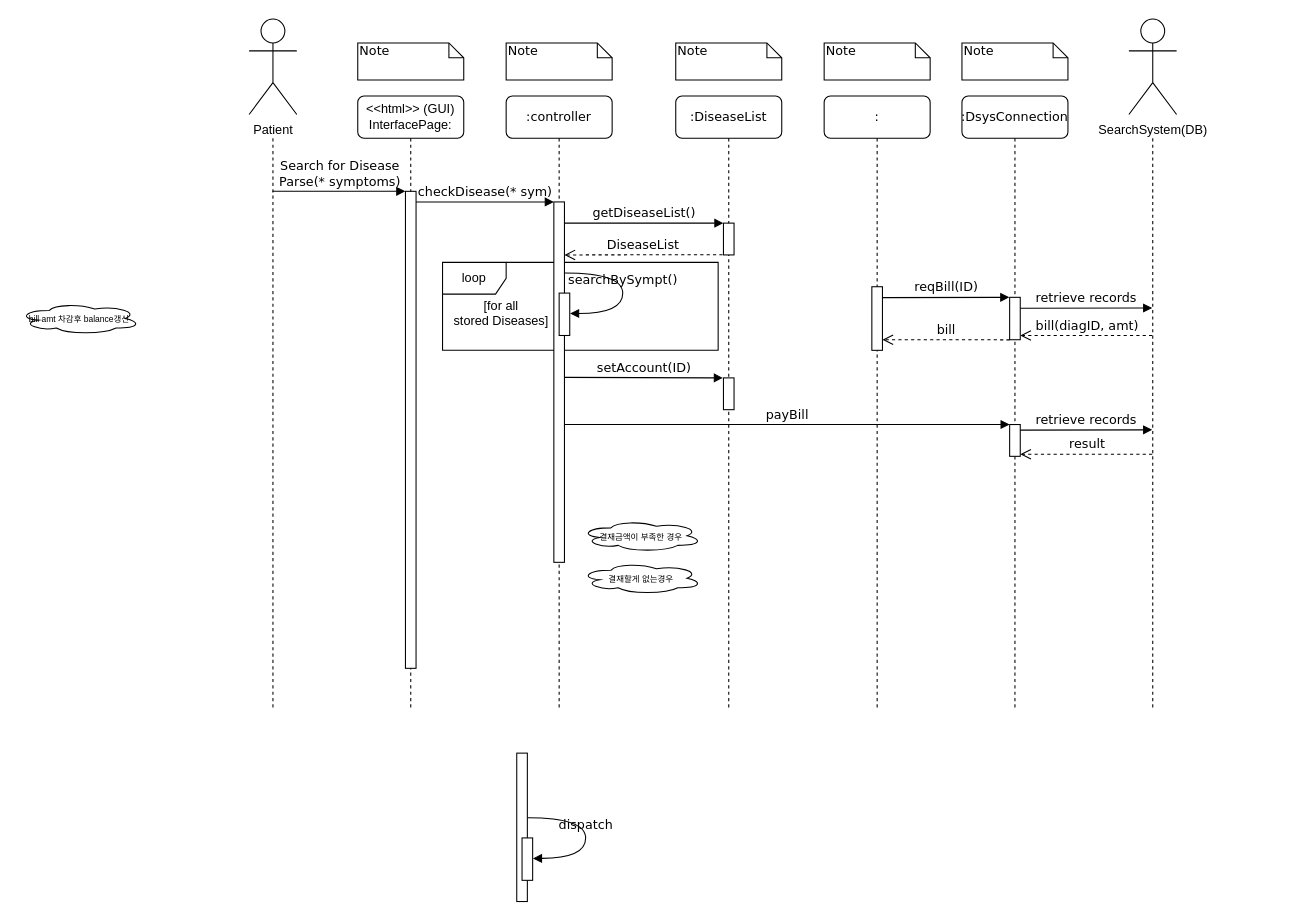
Before: patient/04.sequencediagram/UC6_sequence_diag.drawio in yhb1834/Smart-Health-Prediction-System, a draw.io diagram. Source tidied: cells renumbered, new cells numbered last; positions are measured from the earlier drawing's top-left corner, leaving out a move shared by most shapes. Both pictures are drawn from the tidied source at 106%, with x=0, y=0 at pixel (18, 19).
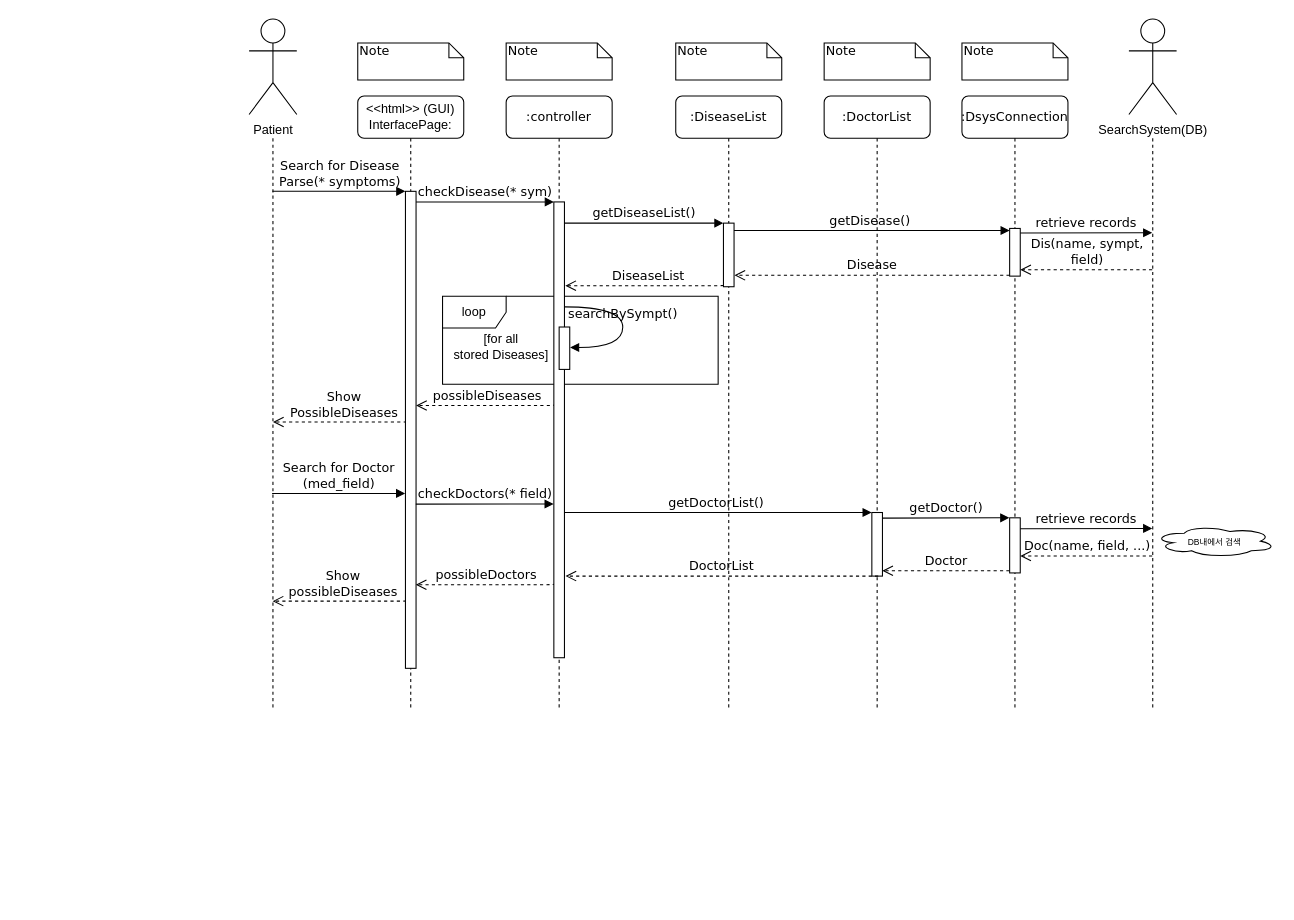
The same page after the edit.

The change refers to these unchanged cells:
```xml
<mxCell id="3" value=":controller" style="shape=umlLifeline;perimeter=lifelinePerimeter;whiteSpace=wrap;html=1;rounded=1;shadow=0;comic=0;labelBackgroundColor=none;strokeWidth=1;fontFamily=Verdana;fontSize=12;align=center;" parent="1" vertex="1">
  <mxGeometry x="460" y="72" width="100" height="580" as="geometry" />
</mxCell>
<mxCell id="5" value=":DiseaseList" style="shape=umlLifeline;perimeter=lifelinePerimeter;whiteSpace=wrap;html=1;rounded=1;shadow=0;comic=0;labelBackgroundColor=none;strokeWidth=1;fontFamily=Verdana;fontSize=12;align=center;" parent="1" vertex="1">
  <mxGeometry x="620" y="72" width="100" height="580" as="geometry" />
</mxCell>
<mxCell id="8" value=":DsysConnection" style="shape=umlLifeline;perimeter=lifelinePerimeter;whiteSpace=wrap;html=1;rounded=1;shadow=0;comic=0;labelBackgroundColor=none;strokeWidth=1;fontFamily=Verdana;fontSize=12;align=center;" parent="1" vertex="1">
  <mxGeometry x="890" y="72" width="100" height="580" as="geometry" />
</mxCell>
<mxCell id="25" style="shape=umlLifeline;perimeter=lifelinePerimeter;whiteSpace=wrap;html=1;outlineConnect=0;rounded=1;shadow=0;comic=0;labelBackgroundColor=none;strokeWidth=1;fontFamily=Verdana;fontSize=12;align=center;size=0;" parent="1" vertex="1">
  <mxGeometry x="1020" y="112" width="100" height="540" as="geometry" />
</mxCell>
```

The edit, as a diff of the source:
```diff
@@
+    <mxCell id="45" value="possibleDoctors" style="html=1;verticalAlign=bottom;endArrow=open;dashed=1;endSize=8;labelBackgroundColor=none;fontFamily=Verdana;fontSize=12;edgeStyle=elbowEdgeStyle;elbow=vertical;exitX=0.156;exitY=0.485;exitDx=0;exitDy=0;exitPerimeter=0;" parent="1" edge="1">
+      <mxGeometry relative="1" as="geometry">
+        <mxPoint x="506.3" y="532" as="sourcePoint" />
+        <mxPoint x="374.7" y="533.1" as="targetPoint" />
+        <Array as="points">
+          <mxPoint x="499.7" y="533.1" />
+          <mxPoint x="474.6" y="533.3" />
+        </Array>
+      </mxGeometry>
+    </mxCell>
+    <mxCell id="46" value="Show&lt;br&gt;possibleDiseases" style="html=1;verticalAlign=bottom;endArrow=open;dashed=1;endSize=8;labelBackgroundColor=none;fontFamily=Verdana;fontSize=12;edgeStyle=elbowEdgeStyle;elbow=vertical;exitX=0.156;exitY=0.485;exitDx=0;exitDy=0;exitPerimeter=0;" parent="1" edge="1">
+      <mxGeometry relative="1" as="geometry">
+        <mxPoint x="371.3" y="547.6" as="sourcePoint" />
+        <mxPoint x="239.7" y="548.6" as="targetPoint" />
+        <Array as="points">
+          <mxPoint x="364.7" y="548.6" />
+          <mxPoint x="339.6" y="548.9" />
+        </Array>
+      </mxGeometry>
+    </mxCell>
+    <mxCell id="47" value="getDoctorList()" style="html=1;verticalAlign=bottom;endArrow=block;entryX=-0.22;entryY=0.167;labelBackgroundColor=none;fontFamily=Verdana;fontSize=12;edgeStyle=elbowEdgeStyle;elbow=vertical;entryDx=0;entryDy=0;entryPerimeter=0;exitX=0.5;exitY=0.693;exitDx=0;exitDy=0;exitPerimeter=0;" parent="1" edge="1">
+      <mxGeometry relative="1" as="geometry">
+        <mxPoint x="512" y="465" as="sourcePoint" />
+        <mxPoint x="804.8" y="465" as="targetPoint" />
+      </mxGeometry>
+    </mxCell>
+    <mxCell id="48" value="possibleDiseases" style="html=1;verticalAlign=bottom;endArrow=open;dashed=1;endSize=8;labelBackgroundColor=none;fontFamily=Verdana;fontSize=12;edgeStyle=elbowEdgeStyle;elbow=vertical;exitX=0.156;exitY=0.485;exitDx=0;exitDy=0;exitPerimeter=0;" parent="1" edge="1">
+      <mxGeometry relative="1" as="geometry">
+        <mxPoint x="506.6" y="362.9" as="sourcePoint" />
+        <mxPoint x="375" y="364" as="targetPoint" />
+        <Array as="points">
+          <mxPoint x="500" y="364" />
+          <mxPoint x="474.9" y="364.2" />
+        </Array>
+      </mxGeometry>
+    </mxCell>
+    <mxCell id="49" value="getDisease()" style="html=1;verticalAlign=bottom;endArrow=block;labelBackgroundColor=none;fontFamily=Verdana;fontSize=12;edgeStyle=elbowEdgeStyle;elbow=vertical;" parent="1" edge="1">
+      <mxGeometry relative="1" as="geometry">
+        <mxPoint x="670" y="199" as="sourcePoint" />
+        <mxPoint x="935" y="199" as="targetPoint" />
+      </mxGeometry>
+    </mxCell>
+    <mxCell id="28" value="DiseaseList" style="html=1;verticalAlign=bottom;endArrow=open;dashed=1;endSize=8;labelBackgroundColor=none;fontFamily=Verdana;fontSize=12;edgeStyle=elbowEdgeStyle;elbow=vertical;entryX=1.077;entryY=0.24;entryDx=0;entryDy=0;entryPerimeter=0;" parent="1" edge="1">
+      <mxGeometry relative="1" as="geometry">
+        <mxPoint x="670" y="249" as="sourcePoint" />
+        <mxPoint x="515.8" y="250.6" as="targetPoint" />
+        <Array as="points">
+          <mxPoint x="600" y="251" />
+          <mxPoint x="594" y="219" />
+          <mxPoint x="624" y="219" />
+        </Array>
+      </mxGeometry>
+    </mxCell>
+    <mxCell id="50" value="Show&lt;br&gt;PossibleDiseases" style="html=1;verticalAlign=bottom;endArrow=open;dashed=1;endSize=8;labelBackgroundColor=none;fontFamily=Verdana;fontSize=12;edgeStyle=elbowEdgeStyle;elbow=vertical;exitX=0.156;exitY=0.485;exitDx=0;exitDy=0;exitPerimeter=0;" parent="1" edge="1">
+      <mxGeometry relative="1" as="geometry">
+        <mxPoint x="371.6" y="378.5" as="sourcePoint" />
+        <mxPoint x="240" y="379.6" as="targetPoint" />
+        <Array as="points">
+          <mxPoint x="365" y="379.6" />
+          <mxPoint x="339.9" y="379.8" />
+        </Array>
+      </mxGeometry>
+    </mxCell>
     <mxCell id="2" value="loop" style="shape=umlFrame;whiteSpace=wrap;html=1;" parent="1" vertex="1">
-      <mxGeometry x="400" y="229" width="260" height="83" as="geometry" />
+      <mxGeometry x="400" y="261" width="260" height="83" as="geometry" />
     </mxCell>
@@
     <mxCell id="4" style="html=1;points=[];perimeter=orthogonalPerimeter;rounded=0;shadow=0;comic=0;labelBackgroundColor=none;strokeWidth=1;fontFamily=Verdana;fontSize=12;align=center;" parent="3" vertex="1">
-      <mxGeometry x="45" y="100" width="10" height="340" as="geometry" />
+      <mxGeometry x="45" y="100" width="10" height="430" as="geometry" />
     </mxCell>
@@
     <mxCell id="6" style="html=1;points=[];perimeter=orthogonalPerimeter;rounded=0;shadow=0;comic=0;labelBackgroundColor=none;strokeWidth=1;fontFamily=Verdana;fontSize=12;align=center;" parent="5" vertex="1">
-      <mxGeometry x="45" y="120" width="10" height="30" as="geometry" />
+      <mxGeometry x="45" y="120" width="10" height="60" as="geometry" />
     </mxCell>
-    <mxCell id="7" value=":" style="shape=umlLifeline;perimeter=lifelinePerimeter;whiteSpace=wrap;html=1;rounded=1;shadow=0;comic=0;labelBackgroundColor=none;strokeWidth=1;fontFamily=Verdana;fontSize=12;align=center;" parent="1" vertex="1">
+    <mxCell id="7" value=":DoctorList" style="shape=umlLifeline;perimeter=lifelinePerimeter;whiteSpace=wrap;html=1;rounded=1;shadow=0;comic=0;labelBackgroundColor=none;strokeWidth=1;fontFamily=Verdana;fontSize=12;align=center;" parent="1" vertex="1">
       <mxGeometry x="760" y="72" width="100" height="580" as="geometry" />
     </mxCell>
@@
-    <mxCell id="9" style="html=1;perimeter=orthogonalPerimeter;rounded=0;shadow=0;comic=0;labelBackgroundColor=none;strokeColor=#000000;strokeWidth=1;fillColor=#FFFFFF;fontFamily=Verdana;fontSize=12;fontColor=#000000;align=center;" parent="8" vertex="1">
-      <mxGeometry x="45" y="310" width="10" height="30" as="geometry" />
-    </mxCell>
@@
     <mxCell id="12" style="html=1;points=[];perimeter=orthogonalPerimeter;rounded=0;shadow=0;comic=0;labelBackgroundColor=none;strokeWidth=1;fontFamily=Verdana;fontSize=12;align=center;" parent="1" vertex="1">
-      <mxGeometry x="805" y="252" width="10" height="60" as="geometry" />
+      <mxGeometry x="805" y="465" width="10" height="60" as="geometry" />
     </mxCell>
-    <mxCell id="13" style="html=1;perimeter=orthogonalPerimeter;rounded=0;shadow=0;comic=0;labelBackgroundColor=none;strokeWidth=1;fontFamily=Verdana;fontSize=12;align=center;" parent="1" vertex="1">
-      <mxGeometry x="470" y="692" width="10" height="140" as="geometry" />
-    </mxCell>
@@
-    <mxCell id="16" style="html=1;perimeter=orthogonalPerimeter;rounded=0;shadow=0;comic=0;labelBackgroundColor=none;strokeWidth=1;fontFamily=Verdana;fontSize=12;align=center;" parent="1" vertex="1">
-      <mxGeometry x="475" y="772" width="10" height="40" as="geometry" />
-    </mxCell>
-    <mxCell id="17" value="dispatch" style="html=1;verticalAlign=bottom;endArrow=block;labelBackgroundColor=none;fontFamily=Verdana;fontSize=12;elbow=vertical;edgeStyle=orthogonalEdgeStyle;curved=1;entryX=1;entryY=0.286;entryPerimeter=0;exitX=1.038;exitY=0.345;exitPerimeter=0;" parent="1" edge="1">
-      <mxGeometry relative="1" as="geometry">
-        <mxPoint x="480.3" y="753" as="sourcePoint" />
-        <mxPoint x="485.3" y="791.3" as="targetPoint" />
-        <Array as="points">
-          <mxPoint x="535" y="753" />
-          <mxPoint x="535" y="791" />
-        </Array>
-      </mxGeometry>
-    </mxCell>
@@
-    <mxCell id="28" value="DiseaseList" style="html=1;verticalAlign=bottom;endArrow=open;dashed=1;endSize=8;labelBackgroundColor=none;fontFamily=Verdana;fontSize=12;edgeStyle=elbowEdgeStyle;elbow=vertical;exitX=-0.087;exitY=0.993;exitDx=0;exitDy=0;exitPerimeter=0;" parent="1" edge="1" source="6">
-      <mxGeometry relative="1" as="geometry">
-        <mxPoint x="515" y="222" as="targetPoint" />
-        <Array as="points">
-          <mxPoint x="619" y="222" />
-          <mxPoint x="594" y="222" />
-          <mxPoint x="624" y="222" />
-        </Array>
-      </mxGeometry>
-    </mxCell>
-    <mxCell id="29" value="setAccount(ID)" style="html=1;verticalAlign=bottom;endArrow=block;entryX=-0.051;entryY=-0.006;labelBackgroundColor=none;fontFamily=Verdana;fontSize=12;edgeStyle=elbowEdgeStyle;elbow=vertical;entryDx=0;entryDy=0;entryPerimeter=0;" parent="1" edge="1" target="30">
-      <mxGeometry relative="1" as="geometry">
-        <mxPoint x="515" y="337.5" as="sourcePoint" />
-      </mxGeometry>
-    </mxCell>
-    <mxCell id="30" style="html=1;points=[];perimeter=orthogonalPerimeter;rounded=0;shadow=0;comic=0;labelBackgroundColor=none;strokeWidth=1;fontFamily=Verdana;fontSize=12;align=center;" parent="1" vertex="1">
-      <mxGeometry x="665" y="338" width="10" height="30" as="geometry" />
-    </mxCell>
     <mxCell id="31" style="html=1;points=[];perimeter=orthogonalPerimeter;rounded=0;shadow=0;comic=0;labelBackgroundColor=none;strokeColor=#000000;strokeWidth=1;fillColor=#FFFFFF;fontFamily=Verdana;fontSize=12;fontColor=#000000;align=center;" parent="1" vertex="1">
-      <mxGeometry x="935" y="262" width="10" height="40" as="geometry" />
+      <mxGeometry x="935" y="470" width="10" height="52" as="geometry" />
     </mxCell>
-    <mxCell id="32" value="reqBill(ID)" style="html=1;verticalAlign=bottom;endArrow=block;labelBackgroundColor=none;fontFamily=Verdana;fontSize=12;edgeStyle=elbowEdgeStyle;elbow=vertical;exitX=1.1;exitY=0.611;exitDx=0;exitDy=0;exitPerimeter=0;entryX=-0.035;entryY=0.088;entryDx=0;entryDy=0;entryPerimeter=0;" parent="1" edge="1">
+    <mxCell id="32" value="getDoctor()" style="html=1;verticalAlign=bottom;endArrow=block;labelBackgroundColor=none;fontFamily=Verdana;fontSize=12;edgeStyle=elbowEdgeStyle;elbow=vertical;exitX=1.1;exitY=0.611;exitDx=0;exitDy=0;exitPerimeter=0;entryX=-0.035;entryY=0.088;entryDx=0;entryDy=0;entryPerimeter=0;" parent="1" edge="1">
       <mxGeometry relative="1" as="geometry">
-        <mxPoint x="815" y="262.3" as="sourcePoint" />
-        <mxPoint x="934.7" y="261.6" as="targetPoint" />
+        <mxPoint x="815" y="470.3" as="sourcePoint" />
+        <mxPoint x="934.7" y="469.6" as="targetPoint" />
         <Array as="points">
-          <mxPoint x="1005" y="262" />
+          <mxPoint x="1005" y="470" />
         </Array>
       </mxGeometry>
     </mxCell>
-    <mxCell id="33" value="bill(diagID, amt)" style="html=1;verticalAlign=bottom;endArrow=open;dashed=1;endSize=8;labelBackgroundColor=none;fontFamily=Verdana;fontSize=12;" parent="1" edge="1">
+    <mxCell id="33" value="Doc(name, field, ...)" style="html=1;verticalAlign=bottom;endArrow=open;dashed=1;endSize=8;labelBackgroundColor=none;fontFamily=Verdana;fontSize=12;" parent="1" edge="1">
       <mxGeometry relative="1" as="geometry">
-        <mxPoint x="1069.5" y="298" as="sourcePoint" />
-        <mxPoint x="945" y="298" as="targetPoint" />
+        <mxPoint x="1069.5" y="506" as="sourcePoint" />
+        <mxPoint x="945" y="506" as="targetPoint" />
       </mxGeometry>
     </mxCell>
-    <mxCell id="34" value="retrieve records" style="html=1;verticalAlign=bottom;endArrow=block;labelBackgroundColor=none;fontFamily=Verdana;fontSize=12;edgeStyle=elbowEdgeStyle;elbow=vertical;exitX=1.1;exitY=0.611;exitDx=0;exitDy=0;exitPerimeter=0;" parent="1" edge="1" target="25">
+    <mxCell id="34" value="retrieve records" style="html=1;verticalAlign=bottom;endArrow=block;labelBackgroundColor=none;fontFamily=Verdana;fontSize=12;edgeStyle=elbowEdgeStyle;elbow=vertical;exitX=1.1;exitY=0.611;exitDx=0;exitDy=0;exitPerimeter=0;" parent="1" edge="1">
       <mxGeometry relative="1" as="geometry">
-        <mxPoint x="945" y="272.3" as="sourcePoint" />
+        <mxPoint x="945" y="480.3" as="sourcePoint" />
+        <mxPoint x="1069.5" y="480" as="targetPoint" />
         <Array as="points">
-          <mxPoint x="1135" y="272" />
+          <mxPoint x="1135" y="480" />
         </Array>
       </mxGeometry>
     </mxCell>
-    <mxCell id="35" value="payBill" style="html=1;verticalAlign=bottom;endArrow=block;labelBackgroundColor=none;fontFamily=Verdana;fontSize=12;edgeStyle=elbowEdgeStyle;elbow=vertical;" parent="1" edge="1" source="4">
-      <mxGeometry relative="1" as="geometry">
-        <mxPoint x="935" y="382" as="targetPoint" />
-      </mxGeometry>
-    </mxCell>
-    <mxCell id="36" value="bill" style="html=1;verticalAlign=bottom;endArrow=open;dashed=1;endSize=8;labelBackgroundColor=none;fontFamily=Verdana;fontSize=12;exitX=-0.001;exitY=1.003;exitDx=0;exitDy=0;exitPerimeter=0;" parent="1" edge="1" source="31">
-      <mxGeometry relative="1" as="geometry">
-        <mxPoint x="815" y="302" as="targetPoint" />
-      </mxGeometry>
+    <mxCell id="36" value="Doctor" style="html=1;verticalAlign=bottom;endArrow=open;dashed=1;endSize=8;labelBackgroundColor=none;fontFamily=Verdana;fontSize=12;exitX=-0.014;exitY=0.962;exitDx=0;exitDy=0;exitPerimeter=0;entryX=0.983;entryY=0.916;entryDx=0;entryDy=0;entryPerimeter=0;" parent="1" edge="1" source="31" target="12">
+      <mxGeometry relative="1" as="geometry" />
     </mxCell>
-    <mxCell id="37" value="&lt;span style=&quot;font-size: 8px&quot;&gt;bill amt 차감후 balance갱신&lt;br&gt;&lt;/span&gt;" style="ellipse;shape=cloud;whiteSpace=wrap;html=1;" parent="1" vertex="1">
-      <mxGeometry y="267" width="115" height="30" as="geometry" />
-    </mxCell>
-    <mxCell id="38" value="&lt;span style=&quot;font-size: 8px&quot;&gt;결재할게 없는경우&lt;br&gt;&lt;/span&gt;" style="ellipse;shape=cloud;whiteSpace=wrap;html=1;" parent="1" vertex="1">
-      <mxGeometry x="530" y="512" width="115" height="30" as="geometry" />
-    </mxCell>
-    <mxCell id="39" value="&lt;span style=&quot;font-size: 8px&quot;&gt;결재금액이 부족한 경우&lt;br&gt;&lt;/span&gt;" style="ellipse;shape=cloud;whiteSpace=wrap;html=1;" parent="1" vertex="1">
-      <mxGeometry x="530" y="472" width="115" height="30" as="geometry" />
-    </mxCell>
-    <mxCell id="40" value="retrieve records" style="html=1;verticalAlign=bottom;endArrow=block;labelBackgroundColor=none;fontFamily=Verdana;fontSize=12;edgeStyle=elbowEdgeStyle;elbow=vertical;exitX=1.1;exitY=0.611;exitDx=0;exitDy=0;exitPerimeter=0;" parent="1" edge="1">
-      <mxGeometry relative="1" as="geometry">
-        <mxPoint x="945" y="387.3" as="sourcePoint" />
-        <mxPoint x="1069.5" y="387" as="targetPoint" />
-        <Array as="points">
-          <mxPoint x="1135" y="387" />
-        </Array>
-      </mxGeometry>
-    </mxCell>
-    <mxCell id="41" value="result" style="html=1;verticalAlign=bottom;endArrow=open;dashed=1;endSize=8;labelBackgroundColor=none;fontFamily=Verdana;fontSize=12;" parent="1" edge="1">
-      <mxGeometry relative="1" as="geometry">
-        <mxPoint x="1069.5" y="410" as="sourcePoint" />
-        <mxPoint x="945" y="410" as="targetPoint" />
-      </mxGeometry>
-    </mxCell>
     <mxCell id="42" style="html=1;perimeter=orthogonalPerimeter;rounded=0;shadow=0;comic=0;labelBackgroundColor=none;strokeWidth=1;fontFamily=Verdana;fontSize=12;align=center;" parent="1" vertex="1">
-      <mxGeometry x="510" y="258" width="10" height="40" as="geometry" />
+      <mxGeometry x="510" y="290" width="10" height="40" as="geometry" />
     </mxCell>
     <mxCell id="43" value="searchBySympt()" style="html=1;verticalAlign=bottom;endArrow=block;labelBackgroundColor=none;fontFamily=Verdana;fontSize=12;elbow=vertical;edgeStyle=orthogonalEdgeStyle;curved=1;entryX=1;entryY=0.286;entryPerimeter=0;exitX=1.038;exitY=0.345;exitPerimeter=0;" parent="1" edge="1">
       <mxGeometry relative="1" as="geometry">
-        <mxPoint x="515.3" y="239" as="sourcePoint" />
-        <mxPoint x="520.3" y="277.3" as="targetPoint" />
+        <mxPoint x="515.3" y="271" as="sourcePoint" />
+        <mxPoint x="520.3" y="309.3" as="targetPoint" />
         <Array as="points">
-          <mxPoint x="570" y="239" />
-          <mxPoint x="570" y="277" />
+          <mxPoint x="570" y="271" />
+          <mxPoint x="570" y="309" />
         </Array>
       </mxGeometry>
     </mxCell>
     <mxCell id="44" value="[for all&lt;br&gt;stored Diseases]" style="text;html=1;align=center;verticalAlign=middle;strokeColor=none;" parent="1" vertex="1">
-      <mxGeometry x="400" y="262" width="110" height="30" as="geometry" />
+      <mxGeometry x="400" y="294" width="110" height="30" as="geometry" />
     </mxCell>
+    <mxCell id="51" style="html=1;perimeter=orthogonalPerimeter;rounded=0;shadow=0;comic=0;labelBackgroundColor=none;strokeColor=#000000;strokeWidth=1;fillColor=#FFFFFF;fontFamily=Verdana;fontSize=12;fontColor=#000000;align=center;" parent="1" vertex="1">
+      <mxGeometry x="935" y="197" width="10" height="45" as="geometry" />
+    </mxCell>
+    <mxCell id="52" value="Disease" style="html=1;verticalAlign=bottom;endArrow=open;dashed=1;endSize=8;labelBackgroundColor=none;fontFamily=Verdana;fontSize=12;exitX=-0.001;exitY=1.003;exitDx=0;exitDy=0;exitPerimeter=0;entryX=1.039;entryY=0.821;entryDx=0;entryDy=0;entryPerimeter=0;" parent="1" edge="1" target="6">
+      <mxGeometry relative="1" as="geometry">
+        <mxPoint x="935" y="241.1" as="sourcePoint" />
+      </mxGeometry>
+    </mxCell>
+    <mxCell id="53" value="Dis(name, sympt, &lt;br&gt;field)" style="html=1;verticalAlign=bottom;endArrow=open;dashed=1;endSize=8;labelBackgroundColor=none;fontFamily=Verdana;fontSize=12;" parent="1" edge="1">
+      <mxGeometry relative="1" as="geometry">
+        <mxPoint x="1069.5" y="236" as="sourcePoint" />
+        <mxPoint x="945" y="236" as="targetPoint" />
+      </mxGeometry>
+    </mxCell>
+    <mxCell id="40" value="retrieve records" style="html=1;verticalAlign=bottom;endArrow=block;labelBackgroundColor=none;fontFamily=Verdana;fontSize=12;edgeStyle=elbowEdgeStyle;elbow=vertical;exitX=1.1;exitY=0.611;exitDx=0;exitDy=0;exitPerimeter=0;" parent="1" edge="1">
+      <mxGeometry relative="1" as="geometry">
+        <mxPoint x="945" y="201.3" as="sourcePoint" />
+        <mxPoint x="1069.5" y="201" as="targetPoint" />
+        <Array as="points">
+          <mxPoint x="1135" y="201" />
+        </Array>
+      </mxGeometry>
+    </mxCell>
+    <mxCell id="54" value="checkDoctors(* field)" style="html=1;verticalAlign=bottom;endArrow=block;entryX=0;entryY=0;labelBackgroundColor=none;fontFamily=Verdana;fontSize=12;edgeStyle=elbowEdgeStyle;elbow=vertical;" parent="1" edge="1">
+      <mxGeometry relative="1" as="geometry">
+        <mxPoint x="374.8" y="457.1" as="sourcePoint" />
+        <mxPoint x="504.8" y="457" as="targetPoint" />
+      </mxGeometry>
+    </mxCell>
+    <mxCell id="55" value="Search for Doctor&lt;br&gt;(med_field)" style="html=1;verticalAlign=bottom;endArrow=block;labelBackgroundColor=none;fontFamily=Verdana;fontSize=12;edgeStyle=elbowEdgeStyle;elbow=vertical;entryX=-0.011;entryY=0.001;entryDx=0;entryDy=0;entryPerimeter=0;" parent="1" edge="1">
+      <mxGeometry relative="1" as="geometry">
+        <mxPoint x="239.2" y="447" as="sourcePoint" />
+        <mxPoint x="364.7" y="447.5" as="targetPoint" />
+        <Array as="points">
+          <mxPoint x="339.8" y="447" />
+        </Array>
+      </mxGeometry>
+    </mxCell>
+    <mxCell id="56" value="DoctorList" style="html=1;verticalAlign=bottom;endArrow=open;dashed=1;endSize=8;labelBackgroundColor=none;fontFamily=Verdana;fontSize=12;exitX=-0.001;exitY=1.003;exitDx=0;exitDy=0;exitPerimeter=0;" parent="1" edge="1">
+      <mxGeometry relative="1" as="geometry">
+        <mxPoint x="811" y="525" as="sourcePoint" />
+        <mxPoint x="516" y="525" as="targetPoint" />
+      </mxGeometry>
+    </mxCell>
+    <mxCell id="57" value="&lt;span style=&quot;font-size: 8px&quot;&gt;DB내에서 검색&lt;br&gt;&lt;/span&gt;" style="ellipse;shape=cloud;whiteSpace=wrap;html=1;" parent="1" vertex="1">
+      <mxGeometry x="1071" y="477" width="115" height="30" as="geometry" />
+    </mxCell>
```
